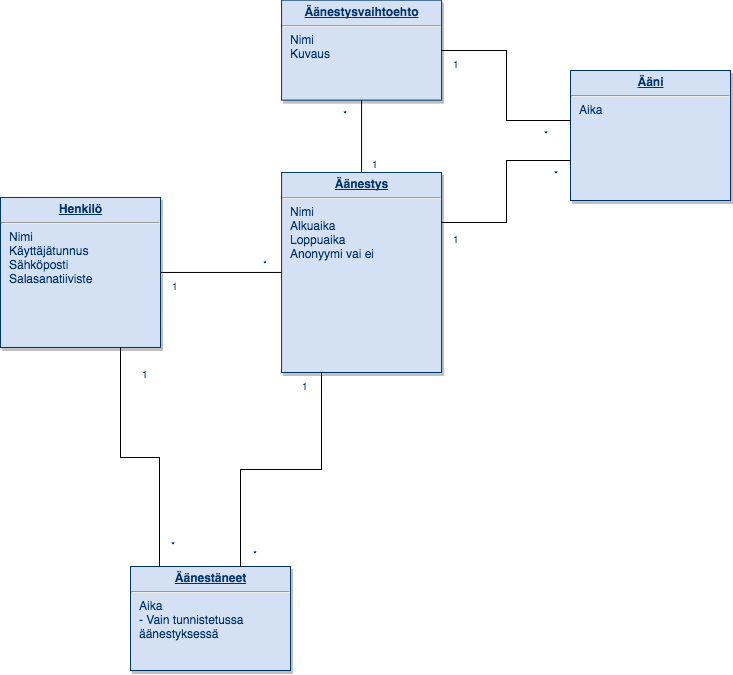
Before: doc/Käsitekaavio.png, a diagram exported from draw.io (rrrkkk/Tsoha-Bootstrap). Source tidied: cells renumbered, new cells last; positions are measured from the earlier drawing's top-left corner, leaving out a move shared by most shapes.
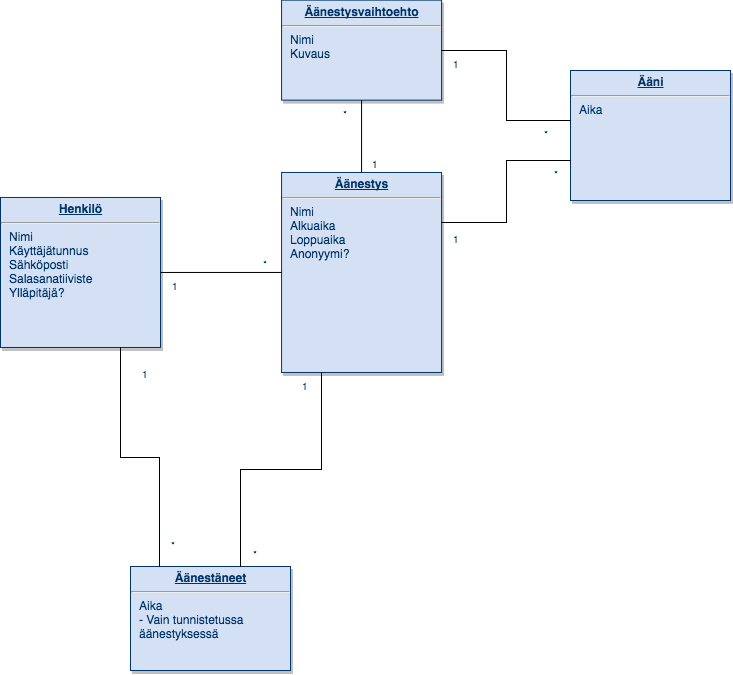
Later version of the same file.

The edit, as a diff of the source:
```diff
@@ -8,10 +8,10 @@
     <mxCell id="3" value="&lt;p style=&quot;margin: 0px ; margin-top: 4px ; text-align: center ; text-decoration: underline&quot;&gt;&lt;b&gt;Äänestysvaihtoehto&lt;/b&gt;&lt;/p&gt;&lt;hr&gt;&lt;p style=&quot;margin: 0px ; margin-left: 8px&quot;&gt;Nimi&lt;/p&gt;&lt;p style=&quot;margin: 0px ; margin-left: 8px&quot;&gt;Kuvaus&lt;/p&gt;" style="verticalAlign=top;align=left;overflow=fill;fontSize=12;fontFamily=Helvetica;html=1;strokeColor=#003366;shadow=1;fillColor=#D4E1F5;fontColor=#003366;" parent="1" vertex="1">
       <mxGeometry x="281.1" y="-0.4" width="160" height="100" as="geometry" />
     </mxCell>
-    <mxCell id="4" value="&lt;p style=&quot;margin: 0px ; margin-top: 4px ; text-align: center ; text-decoration: underline&quot;&gt;&lt;b&gt;Henkilö&lt;/b&gt;&lt;/p&gt;&lt;hr&gt;&lt;p style=&quot;margin: 0px ; margin-left: 8px&quot;&gt;Nimi&lt;/p&gt;&lt;p style=&quot;margin: 0px ; margin-left: 8px&quot;&gt;Käyttäjätunnus&lt;/p&gt;&lt;p style=&quot;margin: 0px ; margin-left: 8px&quot;&gt;Sähköposti&lt;/p&gt;&lt;p style=&quot;margin: 0px ; margin-left: 8px&quot;&gt;Salasanatiiviste&lt;/p&gt;&lt;p style=&quot;margin: 0px ; margin-left: 8px&quot;&gt;&lt;br&gt;&lt;/p&gt;&lt;p style=&quot;margin: 0px ; margin-left: 8px&quot;&gt;&lt;br&gt;&lt;/p&gt;" style="verticalAlign=top;align=left;overflow=fill;fontSize=12;fontFamily=Helvetica;html=1;strokeColor=#003366;shadow=1;fillColor=#D4E1F5;fontColor=#003366;" parent="1" vertex="1">
+    <mxCell id="4" value="&lt;p style=&quot;margin: 0px ; margin-top: 4px ; text-align: center ; text-decoration: underline&quot;&gt;&lt;b&gt;Henkilö&lt;/b&gt;&lt;/p&gt;&lt;hr&gt;&lt;p style=&quot;margin: 0px ; margin-left: 8px&quot;&gt;Nimi&lt;/p&gt;&lt;p style=&quot;margin: 0px ; margin-left: 8px&quot;&gt;Käyttäjätunnus&lt;/p&gt;&lt;p style=&quot;margin: 0px ; margin-left: 8px&quot;&gt;Sähköposti&lt;/p&gt;&lt;p style=&quot;margin: 0px ; margin-left: 8px&quot;&gt;Salasanatiiviste&lt;/p&gt;&lt;p style=&quot;margin: 0px ; margin-left: 8px&quot;&gt;Ylläpitäjä?&lt;/p&gt;&lt;p style=&quot;margin: 0px ; margin-left: 8px&quot;&gt;&lt;br&gt;&lt;/p&gt;&lt;p style=&quot;margin: 0px ; margin-left: 8px&quot;&gt;&lt;br&gt;&lt;/p&gt;" style="verticalAlign=top;align=left;overflow=fill;fontSize=12;fontFamily=Helvetica;html=1;strokeColor=#003366;shadow=1;fillColor=#D4E1F5;fontColor=#003366;" parent="1" vertex="1">
       <mxGeometry y="197" width="160" height="150" as="geometry" />
     </mxCell>
-    <mxCell id="5" value="&lt;p style=&quot;margin: 0px ; margin-top: 4px ; text-align: center ; text-decoration: underline&quot;&gt;&lt;b&gt;Äänestys&lt;/b&gt;&lt;/p&gt;&lt;hr&gt;&lt;p style=&quot;margin: 0px ; margin-left: 8px&quot;&gt;&lt;span&gt;Nimi&lt;/span&gt;&lt;/p&gt;&lt;p style=&quot;margin: 0px ; margin-left: 8px&quot;&gt;Alkuaika&lt;/p&gt;&lt;p style=&quot;margin: 0px ; margin-left: 8px&quot;&gt;Loppuaika&lt;/p&gt;&lt;p style=&quot;margin: 0px ; margin-left: 8px&quot;&gt;Anonyymi vai ei&lt;/p&gt;" style="verticalAlign=top;align=left;overflow=fill;fontSize=12;fontFamily=Helvetica;html=1;strokeColor=#003366;shadow=1;fillColor=#D4E1F5;fontColor=#003366;" parent="1" vertex="1">
+    <mxCell id="5" value="&lt;p style=&quot;margin: 0px ; margin-top: 4px ; text-align: center ; text-decoration: underline&quot;&gt;&lt;b&gt;Äänestys&lt;/b&gt;&lt;/p&gt;&lt;hr&gt;&lt;p style=&quot;margin: 0px ; margin-left: 8px&quot;&gt;&lt;span&gt;Nimi&lt;/span&gt;&lt;/p&gt;&lt;p style=&quot;margin: 0px ; margin-left: 8px&quot;&gt;Alkuaika&lt;/p&gt;&lt;p style=&quot;margin: 0px ; margin-left: 8px&quot;&gt;Loppuaika&lt;/p&gt;&lt;p style=&quot;margin: 0px ; margin-left: 8px&quot;&gt;Anonyymi?&lt;/p&gt;" style="verticalAlign=top;align=left;overflow=fill;fontSize=12;fontFamily=Helvetica;html=1;strokeColor=#003366;shadow=1;fillColor=#D4E1F5;fontColor=#003366;" parent="1" vertex="1">
       <mxGeometry x="281.1" y="172" width="160" height="200" as="geometry" />
     </mxCell>
     <mxCell id="6" value="&lt;p style=&quot;margin: 0px ; margin-top: 4px ; text-align: center ; text-decoration: underline&quot;&gt;&lt;b&gt;Äänestäneet&lt;/b&gt;&lt;/p&gt;&lt;hr&gt;&lt;p style=&quot;margin: 0px ; margin-left: 8px&quot;&gt;&lt;span&gt;Aika&lt;/span&gt;&lt;/p&gt;&lt;p style=&quot;margin: 0px ; margin-left: 8px&quot;&gt;- Vain tunnistetussa&amp;nbsp;&lt;/p&gt;&lt;p style=&quot;margin: 0px ; margin-left: 8px&quot;&gt;äänestyksessä&lt;/p&gt;" style="verticalAlign=top;align=left;overflow=fill;fontSize=12;fontFamily=Helvetica;html=1;strokeColor=#003366;shadow=1;fillColor=#D4E1F5;fontColor=#003366;" parent="1" vertex="1">
```
